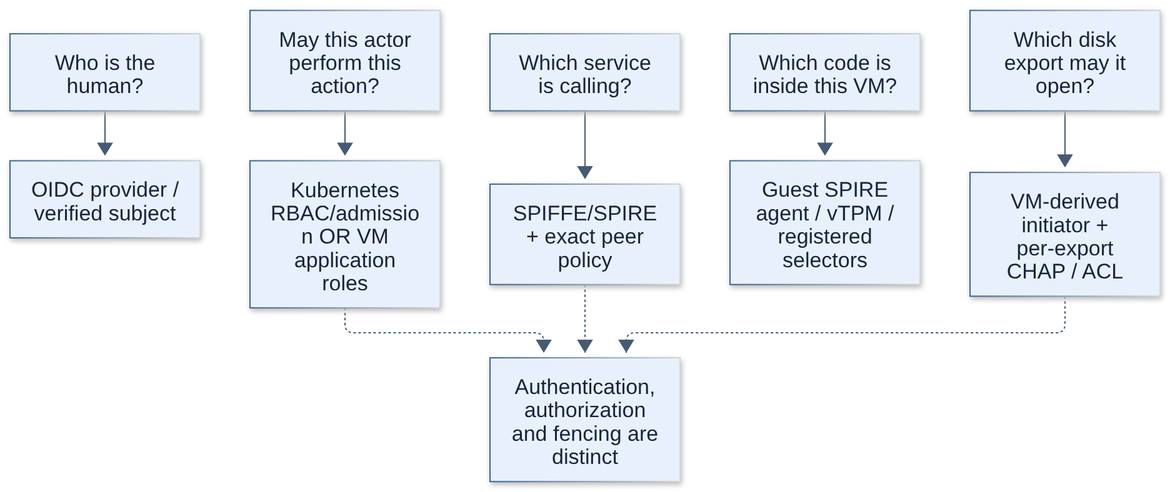
This is docs/architecture/diagrams/rendered/png/08-identity-questions.png from SamYaple/qrab, a Mermaid export, as it was before one commit. Its source is kept beside it as docs/architecture/diagrams/08-identity-questions.mmd. Its diagram source:
```mermaid
flowchart TB
    human["Who is the human?"] --> oidc["OIDC provider / verified subject"]
    action["May this actor perform this action?"] --> roles["Kubernetes RBAC/admission OR VM application roles"]
    service["Which service is calling?"] --> spiffe["SPIFFE/SPIRE + exact peer policy"]
    guest["Which code is inside this VM?"] --> guestid["Guest SPIRE agent / vTPM / registered selectors"]
    storage["Which disk export may it open?"] --> chap["VM-derived initiator + per-export CHAP / ACL"]
    roles -.-> note["Authentication, authorization and fencing are distinct"]
    chap -.-> note
    spiffe -.-> note
```
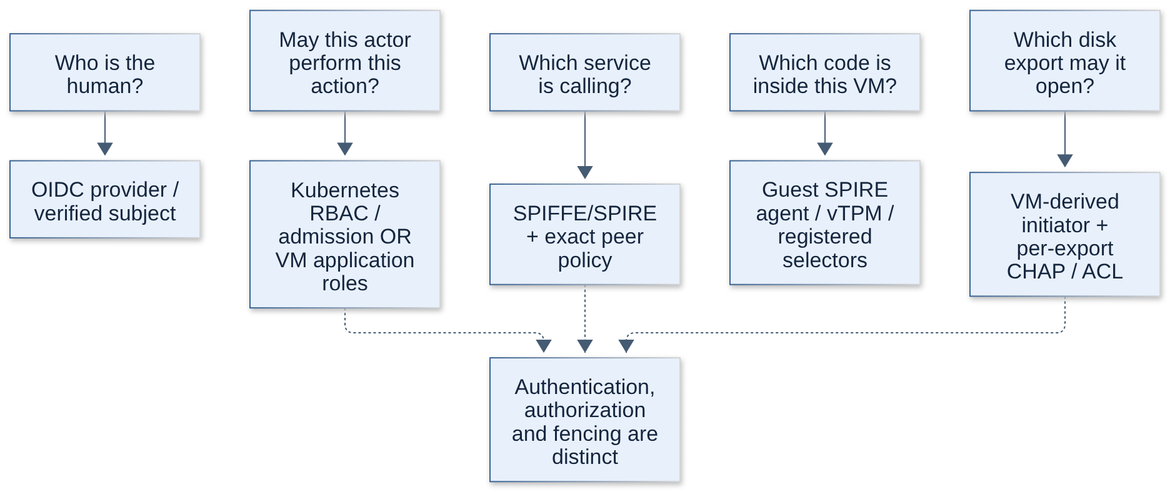
Later version of the same file.

Change to the diagram source:
```diff
@@ -1,6 +1,6 @@
 flowchart TB
     human["Who is the human?"] --> oidc["OIDC provider / verified subject"]
-    action["May this actor perform this action?"] --> roles["Kubernetes RBAC/admission OR VM application roles"]
+    action["May this actor perform this action?"] --> roles["Kubernetes RBAC / admission OR VM application roles"]
     service["Which service is calling?"] --> spiffe["SPIFFE/SPIRE + exact peer policy"]
     guest["Which code is inside this VM?"] --> guestid["Guest SPIRE agent / vTPM / registered selectors"]
     storage["Which disk export may it open?"] --> chap["VM-derived initiator + per-export CHAP / ACL"]
```
